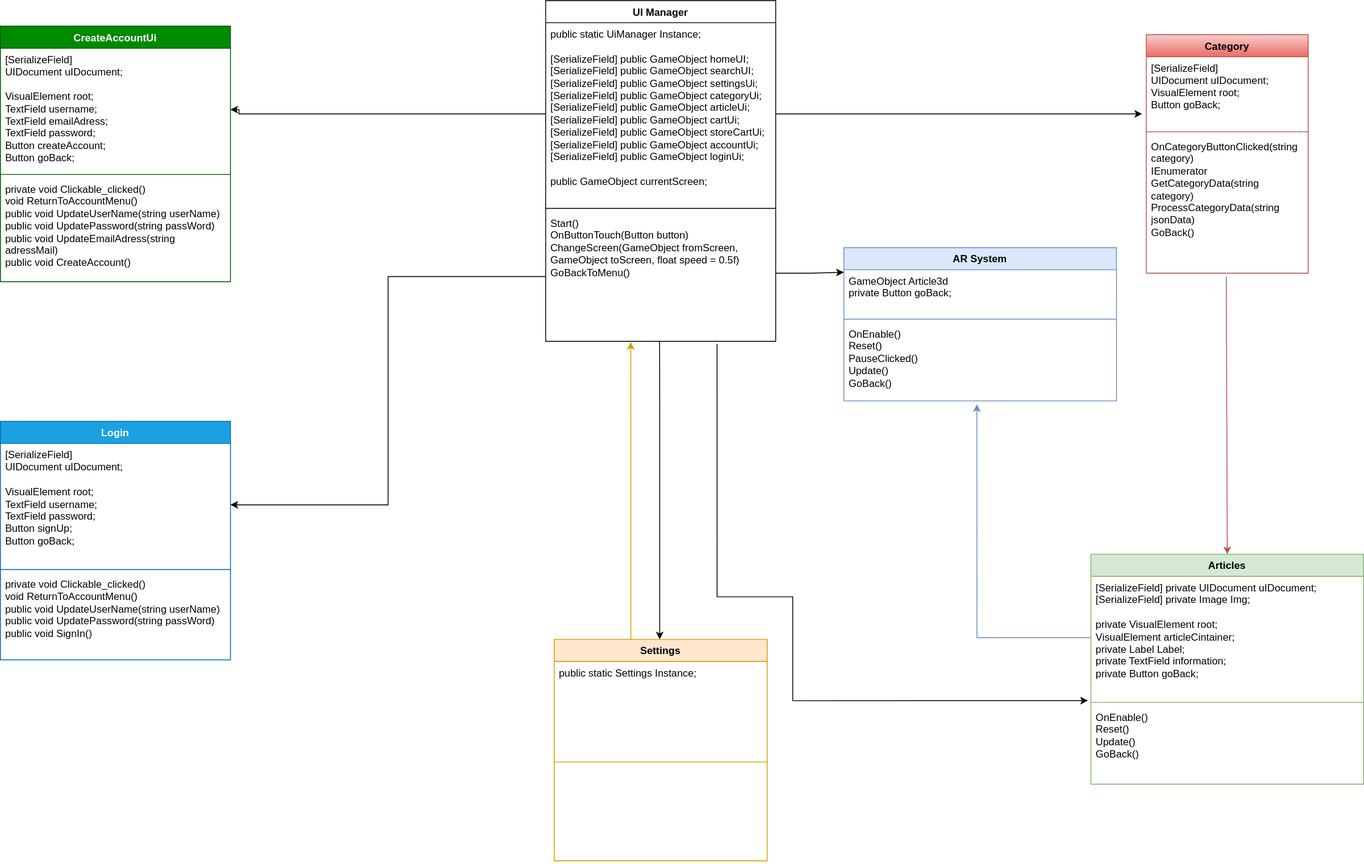
Earlier version of the draw.io export DiagrammeClass.drawio.drawio.svg (Ashura100/Projet4). Source tidied: cells renumbered, new cells last; positions are measured from the earlier drawing's top-left corner, leaving out a move shared by most shapes. Its diagram source:
```xml
<mxGraphModel>
  <root>
    <mxCell id="0" />
    <mxCell id="1" parent="0" />
    <mxCell id="2" value="UI Manager" style="swimlane;fontStyle=1;align=center;verticalAlign=top;horizontal=1;startSize=26;whiteSpace=wrap;html=1;" parent="1" vertex="1">
      <mxGeometry x="640" width="270" height="400" as="geometry" />
    </mxCell>
    <mxCell id="3" value="&lt;div&gt;public static UiManager Instance;&lt;/div&gt;&lt;div&gt;&lt;br&gt;&lt;/div&gt;&lt;div&gt;&lt;span style=&quot;background-color: initial;&quot;&gt;[SerializeField] public GameObject homeUI;&lt;/span&gt;&lt;/div&gt;&lt;div&gt;[SerializeField] public GameObject searchUI;&lt;/div&gt;&lt;div&gt;[SerializeField] public GameObject settingsUi;&lt;/div&gt;&lt;div&gt;[SerializeField] public GameObject categoryUi;&lt;/div&gt;&lt;div&gt;[SerializeField] public GameObject articleUi;&lt;/div&gt;&lt;div&gt;[SerializeField] public GameObject cartUi;&lt;/div&gt;&lt;div&gt;[SerializeField] public GameObject storeCartUi;&lt;/div&gt;&lt;div&gt;[SerializeField] public GameObject accountUi&lt;span style=&quot;background-color: initial;&quot;&gt;;&lt;/span&gt;&lt;/div&gt;&lt;div&gt;[SerializeField] public GameObject loginUi;&lt;span style=&quot;background-color: initial;&quot;&gt;&lt;br&gt;&lt;/span&gt;&lt;/div&gt;&lt;div&gt;&lt;br&gt;&lt;/div&gt;&lt;div&gt;public GameObject currentScreen;&lt;/div&gt;" style="text;strokeColor=none;fillColor=none;align=left;verticalAlign=top;spacingLeft=4;spacingRight=4;overflow=hidden;points=[[0,0.5],[1,0.5]];portConstraint=eastwest;whiteSpace=wrap;html=1;" parent="2" vertex="1">
      <mxGeometry y="26" width="270" height="214" as="geometry" />
    </mxCell>
    <mxCell id="4" style="line;strokeWidth=1;fillColor=none;align=left;verticalAlign=middle;spacingTop=-1;spacingLeft=3;spacingRight=3;labelPosition=right;strokeColor=inherit;" parent="2" vertex="1">
      <mxGeometry y="240" width="270" height="8" as="geometry" />
    </mxCell>
    <mxCell id="5" value="Start()&lt;div&gt;OnButtonTouch(Button button)&lt;br&gt;&lt;/div&gt;&lt;div&gt;ChangeScreen(GameObject fromScreen, GameObject toScreen, float speed = 0.5f)&lt;br&gt;&lt;/div&gt;&lt;div&gt;&lt;span style=&quot;background-color: initial;&quot;&gt;GoBackToMenu()&lt;/span&gt;&lt;/div&gt;" style="text;strokeColor=none;fillColor=none;align=left;verticalAlign=top;spacingLeft=4;spacingRight=4;overflow=hidden;points=[[0,0.5],[1,0.5]];portConstraint=eastwest;whiteSpace=wrap;html=1;" parent="2" vertex="1">
      <mxGeometry y="248" width="270" height="152" as="geometry" />
    </mxCell>
    <mxCell id="6" value="Settings" style="swimlane;fontStyle=1;align=center;verticalAlign=top;horizontal=1;startSize=26;whiteSpace=wrap;html=1;fillColor=#ffe6cc;strokeColor=#d79b00;" parent="1" vertex="1">
      <mxGeometry x="650" y="750" width="250" height="260" as="geometry" />
    </mxCell>
    <mxCell id="7" value="public static Settings Instance;&lt;div&gt;&lt;br&gt;&lt;/div&gt;&lt;div&gt;&lt;br&gt;&lt;/div&gt;" style="text;strokeColor=none;fillColor=none;align=left;verticalAlign=top;spacingLeft=4;spacingRight=4;overflow=hidden;whiteSpace=wrap;html=1;" parent="6" vertex="1">
      <mxGeometry y="26" width="250" height="114" as="geometry" />
    </mxCell>
    <mxCell id="8" style="line;strokeWidth=1;fillColor=none;align=left;verticalAlign=middle;spacingTop=-1;spacingLeft=3;spacingRight=3;labelPosition=right;strokeColor=inherit;" parent="6" vertex="1">
      <mxGeometry y="140" width="250" height="8" as="geometry" />
    </mxCell>
    <mxCell id="9" value="&lt;div&gt;&lt;br&gt;&lt;/div&gt;" style="text;strokeColor=none;fillColor=none;align=left;verticalAlign=top;spacingLeft=4;spacingRight=4;overflow=hidden;whiteSpace=wrap;html=1;" parent="6" vertex="1">
      <mxGeometry y="148" width="250" height="112" as="geometry" />
    </mxCell>
    <mxCell id="10" value="Category" style="swimlane;fontStyle=1;align=center;verticalAlign=top;horizontal=1;startSize=26;whiteSpace=wrap;html=1;fillColor=#f8cecc;gradientColor=#ea6b66;strokeColor=#b85450;" parent="1" vertex="1">
      <mxGeometry x="1345" y="40" width="190" height="280" as="geometry" />
    </mxCell>
    <mxCell id="11" value="&lt;div&gt;&lt;span style=&quot;background-color: initial;&quot;&gt;[SerializeField]&lt;/span&gt;&lt;br&gt;&lt;/div&gt;&lt;div&gt;UIDocument uIDocument;&lt;/div&gt;&lt;div&gt;VisualElement root;&lt;/div&gt;&lt;div&gt;Button goBack;&lt;/div&gt;" style="text;strokeColor=none;fillColor=none;align=left;verticalAlign=top;spacingLeft=4;spacingRight=4;overflow=hidden;points=[[0,0.5],[1,0.5]];portConstraint=eastwest;whiteSpace=wrap;html=1;" parent="10" vertex="1">
      <mxGeometry y="26" width="190" height="84" as="geometry" />
    </mxCell>
    <mxCell id="12" style="line;strokeWidth=1;fillColor=none;align=left;verticalAlign=middle;spacingTop=-1;spacingLeft=3;spacingRight=3;labelPosition=right;strokeColor=inherit;" parent="10" vertex="1">
      <mxGeometry y="110" width="190" height="8" as="geometry" />
    </mxCell>
    <mxCell id="13" value="OnCategoryButtonClicked(string category)&lt;div&gt;IEnumerator GetCategoryData(string category)&lt;br&gt;&lt;/div&gt;&lt;div&gt;ProcessCategoryData(string jsonData)&lt;br&gt;&lt;/div&gt;&lt;div&gt;GoBack()&lt;br&gt;&lt;/div&gt;" style="text;strokeColor=none;fillColor=none;align=left;verticalAlign=top;spacingLeft=4;spacingRight=4;overflow=hidden;points=[[0,0.5],[1,0.5]];portConstraint=eastwest;whiteSpace=wrap;html=1;" parent="10" vertex="1">
      <mxGeometry y="118" width="190" height="162" as="geometry" />
    </mxCell>
    <mxCell id="14" value="CreateAccountUi" style="swimlane;fontStyle=1;align=center;verticalAlign=top;horizontal=1;startSize=26;whiteSpace=wrap;html=1;fillColor=#008a00;strokeColor=#005700;fontColor=#ffffff;" parent="1" vertex="1">
      <mxGeometry y="30" width="270" height="300" as="geometry" />
    </mxCell>
    <mxCell id="15" value="&lt;div&gt;[SerializeField]&lt;/div&gt;&lt;div&gt;UIDocument uIDocument;&lt;/div&gt;&lt;div&gt;&lt;br&gt;&lt;/div&gt;&lt;div&gt;VisualElement root;&lt;/div&gt;&lt;div&gt;TextField username;&lt;/div&gt;&lt;div&gt;TextField emailAdress;&lt;/div&gt;&lt;div&gt;TextField password;&lt;/div&gt;&lt;div&gt;Button createAccount;&lt;/div&gt;&lt;div&gt;Button goBack;&lt;/div&gt;" style="text;strokeColor=none;fillColor=none;align=left;verticalAlign=top;spacingLeft=4;spacingRight=4;overflow=hidden;points=[[0,0.5],[1,0.5]];portConstraint=eastwest;whiteSpace=wrap;html=1;" parent="14" vertex="1">
      <mxGeometry y="26" width="270" height="144" as="geometry" />
    </mxCell>
    <mxCell id="16" style="line;strokeWidth=1;fillColor=none;align=left;verticalAlign=middle;spacingTop=-1;spacingLeft=3;spacingRight=3;labelPosition=right;strokeColor=inherit;" parent="14" vertex="1">
      <mxGeometry y="170" width="270" height="8" as="geometry" />
    </mxCell>
    <mxCell id="17" value="private void Clickable_clicked()&lt;div&gt;void ReturnToAccountMenu()&lt;br&gt;&lt;/div&gt;&lt;div&gt;public void UpdateUserName(string userName)&lt;br&gt;&lt;/div&gt;&lt;div&gt;public void UpdatePassword(string passWord)&lt;br&gt;&lt;/div&gt;&lt;div&gt;public void UpdateEmailAdress(string adressMail)&lt;br&gt;&lt;/div&gt;&lt;div&gt;public void CreateAccount()&lt;br&gt;&lt;/div&gt;" style="text;strokeColor=none;fillColor=none;align=left;verticalAlign=top;spacingLeft=4;spacingRight=4;overflow=hidden;whiteSpace=wrap;html=1;" parent="14" vertex="1">
      <mxGeometry y="178" width="270" height="122" as="geometry" />
    </mxCell>
    <mxCell id="18" value="Login" style="swimlane;fontStyle=1;align=center;verticalAlign=top;horizontal=1;startSize=26;whiteSpace=wrap;html=1;fillColor=#1ba1e2;strokeColor=#006EAF;fontColor=#ffffff;" parent="1" vertex="1">
      <mxGeometry y="494" width="270" height="280" as="geometry" />
    </mxCell>
    <mxCell id="19" value="&lt;div&gt;[SerializeField]&lt;/div&gt;&lt;div&gt;UIDocument uIDocument;&lt;/div&gt;&lt;div&gt;&lt;br&gt;&lt;/div&gt;&lt;div&gt;VisualElement root;&lt;/div&gt;&lt;div&gt;TextField username;&lt;/div&gt;&lt;div&gt;TextField password;&lt;/div&gt;&lt;div&gt;Button signUp;&lt;/div&gt;&lt;div&gt;Button goBack;&lt;/div&gt;" style="text;strokeColor=none;fillColor=none;align=left;verticalAlign=top;spacingLeft=4;spacingRight=4;overflow=hidden;points=[[0,0.5],[1,0.5]];portConstraint=eastwest;whiteSpace=wrap;html=1;" parent="18" vertex="1">
      <mxGeometry y="26" width="270" height="144" as="geometry" />
    </mxCell>
    <mxCell id="20" style="line;strokeWidth=1;fillColor=none;align=left;verticalAlign=middle;spacingTop=-1;spacingLeft=3;spacingRight=3;labelPosition=right;strokeColor=inherit;" parent="18" vertex="1">
      <mxGeometry y="170" width="270" height="8" as="geometry" />
    </mxCell>
    <mxCell id="21" value="private void Clickable_clicked()&lt;br&gt;&lt;div&gt;void ReturnToAccountMenu()&lt;br&gt;&lt;/div&gt;&lt;div&gt;public void UpdateUserName(string userName)&lt;br&gt;&lt;/div&gt;&lt;div&gt;public void UpdatePassword(string passWord)&lt;br&gt;&lt;/div&gt;&lt;div&gt;public void SignIn()&lt;br&gt;&lt;/div&gt;" style="text;strokeColor=none;fillColor=none;align=left;verticalAlign=top;spacingLeft=4;spacingRight=4;overflow=hidden;whiteSpace=wrap;html=1;" parent="18" vertex="1">
      <mxGeometry y="178" width="270" height="102" as="geometry" />
    </mxCell>
    <mxCell id="22" value="Articles" style="swimlane;fontStyle=1;align=center;verticalAlign=top;horizontal=1;startSize=26;whiteSpace=wrap;html=1;fillColor=#d5e8d4;strokeColor=#82b366;" parent="1" vertex="1">
      <mxGeometry x="1280" y="650" width="320" height="270" as="geometry" />
    </mxCell>
    <mxCell id="23" value="&lt;div&gt;&lt;span style=&quot;background-color: initial;&quot;&gt;[SerializeField] private UIDocument uIDocument;&lt;/span&gt;&lt;br&gt;&lt;/div&gt;&lt;div&gt;[SerializeField] private Image Img;&lt;/div&gt;&lt;div&gt;&lt;br&gt;&lt;/div&gt;&lt;div&gt;private VisualElement root;&lt;/div&gt;&lt;div&gt;VisualElement articleCintainer;&lt;/div&gt;&lt;div&gt;private Label Label;&lt;/div&gt;&lt;div&gt;private TextField information;&lt;/div&gt;&lt;div&gt;private Button goBack;&lt;/div&gt;" style="text;strokeColor=none;fillColor=none;align=left;verticalAlign=top;spacingLeft=4;spacingRight=4;overflow=hidden;points=[[0,0.5],[1,0.5]];portConstraint=eastwest;whiteSpace=wrap;html=1;" parent="22" vertex="1">
      <mxGeometry y="26" width="320" height="144" as="geometry" />
    </mxCell>
    <mxCell id="24" style="line;strokeWidth=1;fillColor=none;align=left;verticalAlign=middle;spacingTop=-1;spacingLeft=3;spacingRight=3;labelPosition=right;strokeColor=inherit;" parent="22" vertex="1">
      <mxGeometry y="170" width="320" height="8" as="geometry" />
    </mxCell>
    <mxCell id="25" value="OnEnable()&lt;div&gt;Reset()&lt;/div&gt;&lt;div&gt;Update()&lt;/div&gt;&lt;div&gt;GoBack()&lt;/div&gt;" style="text;strokeColor=none;fillColor=none;align=left;verticalAlign=top;spacingLeft=4;spacingRight=4;overflow=hidden;whiteSpace=wrap;html=1;" parent="22" vertex="1">
      <mxGeometry y="178" width="320" height="92" as="geometry" />
    </mxCell>
    <mxCell id="26" value="AR System" style="swimlane;fontStyle=1;align=center;verticalAlign=top;horizontal=1;startSize=26;whiteSpace=wrap;html=1;fillColor=#dae8fc;strokeColor=#6c8ebf;" parent="1" vertex="1">
      <mxGeometry x="990" y="290" width="320" height="180" as="geometry" />
    </mxCell>
    <mxCell id="27" value="&lt;div&gt;GameObject Article3d&lt;/div&gt;&lt;div&gt;private Button goBack;&lt;/div&gt;" style="text;strokeColor=none;fillColor=none;align=left;verticalAlign=top;spacingLeft=4;spacingRight=4;overflow=hidden;points=[[0,0.5],[1,0.5]];portConstraint=eastwest;whiteSpace=wrap;html=1;" parent="26" vertex="1">
      <mxGeometry y="26" width="320" height="54" as="geometry" />
    </mxCell>
    <mxCell id="28" style="line;strokeWidth=1;fillColor=none;align=left;verticalAlign=middle;spacingTop=-1;spacingLeft=3;spacingRight=3;labelPosition=right;strokeColor=inherit;" parent="26" vertex="1">
      <mxGeometry y="80" width="320" height="8" as="geometry" />
    </mxCell>
    <mxCell id="29" value="OnEnable()&lt;div&gt;Reset()&lt;br&gt;&lt;/div&gt;&lt;div&gt;PauseClicked()&lt;br&gt;&lt;/div&gt;&lt;div&gt;Update()&lt;/div&gt;&lt;div&gt;GoBack()&lt;/div&gt;" style="text;strokeColor=none;fillColor=none;align=left;verticalAlign=top;spacingLeft=4;spacingRight=4;overflow=hidden;points=[[0,0.5],[1,0.5]];portConstraint=eastwest;whiteSpace=wrap;html=1;" parent="26" vertex="1">
      <mxGeometry y="88" width="320" height="92" as="geometry" />
    </mxCell>
    <mxCell id="30" style="edgeStyle=orthogonalEdgeStyle;rounded=0;jettySize=auto;html=1;entryX=-0.026;entryY=0.798;entryDx=0;entryDy=0;entryPerimeter=0;" parent="1" edge="1" source="3" target="11">
      <mxGeometry relative="1" as="geometry" />
    </mxCell>
    <mxCell id="31" style="edgeStyle=orthogonalEdgeStyle;rounded=0;jettySize=auto;html=1;entryX=1;entryY=0.5;entryDx=0;entryDy=0;" parent="1" edge="1" source="5" target="19">
      <mxGeometry relative="1" as="geometry" />
    </mxCell>
    <mxCell id="32" style="edgeStyle=orthogonalEdgeStyle;rounded=0;jettySize=auto;html=1;entryX=0;entryY=0.056;entryDx=0;entryDy=0;entryPerimeter=0;" parent="1" edge="1" source="5" target="27">
      <mxGeometry relative="1" as="geometry">
        <Array as="points">
          <mxPoint x="950" y="320" />
          <mxPoint x="950" y="319" />
        </Array>
      </mxGeometry>
    </mxCell>
    <mxCell id="33" style="edgeStyle=orthogonalEdgeStyle;rounded=0;jettySize=auto;html=1;exitX=0.495;exitY=0.999;exitDx=0;exitDy=0;exitPerimeter=0;" parent="1" edge="1" source="5" target="6">
      <mxGeometry relative="1" as="geometry">
        <Array as="points">
          <mxPoint x="774" y="480" />
          <mxPoint x="775" y="480" />
        </Array>
      </mxGeometry>
    </mxCell>
    <mxCell id="34" style="edgeStyle=orthogonalEdgeStyle;rounded=0;jettySize=auto;html=1;entryX=-0.011;entryY=1.013;entryDx=0;entryDy=0;entryPerimeter=0;exitX=0.745;exitY=1.019;exitDx=0;exitDy=0;exitPerimeter=0;" parent="1" edge="1" source="5" target="23">
      <mxGeometry relative="1" as="geometry">
        <Array as="points">
          <mxPoint x="841" y="700" />
          <mxPoint x="930" y="700" />
          <mxPoint x="930" y="822" />
        </Array>
      </mxGeometry>
    </mxCell>
    <mxCell id="35" style="edgeStyle=orthogonalEdgeStyle;rounded=0;jettySize=auto;html=1;entryX=0.5;entryY=0;entryDx=0;entryDy=0;exitX=0.494;exitY=1.025;exitDx=0;exitDy=0;exitPerimeter=0;fillColor=#f8cecc;strokeColor=#b85450;" parent="1" edge="1" source="13" target="22">
      <mxGeometry relative="1" as="geometry">
        <Array as="points">
          <mxPoint x="1440" y="324" />
        </Array>
      </mxGeometry>
    </mxCell>
    <mxCell id="36" style="edgeStyle=orthogonalEdgeStyle;rounded=0;jettySize=auto;html=1;entryX=0.37;entryY=1.006;entryDx=0;entryDy=0;entryPerimeter=0;exitX=0.36;exitY=0;exitDx=0;exitDy=0;exitPerimeter=0;fillColor=#ffe6cc;strokeColor=#d79b00;" parent="1" edge="1" source="6" target="5">
      <mxGeometry relative="1" as="geometry" />
    </mxCell>
    <mxCell id="37" style="edgeStyle=orthogonalEdgeStyle;rounded=0;jettySize=auto;html=1;entryX=0.488;entryY=1.043;entryDx=0;entryDy=0;entryPerimeter=0;fillColor=#dae8fc;strokeColor=#6c8ebf;" parent="1" edge="1" source="23" target="29">
      <mxGeometry relative="1" as="geometry">
        <Array as="points">
          <mxPoint x="1146" y="748" />
        </Array>
      </mxGeometry>
    </mxCell>
    <mxCell id="38" style="edgeStyle=orthogonalEdgeStyle;rounded=0;jettySize=auto;html=1;entryX=1;entryY=0.5;entryDx=0;entryDy=0;" parent="1" edge="1" source="3" target="15">
      <mxGeometry relative="1" as="geometry">
        <Array as="points">
          <mxPoint x="280" y="133" />
          <mxPoint x="280" y="128" />
        </Array>
      </mxGeometry>
    </mxCell>
  </root>
</mxGraphModel>
```
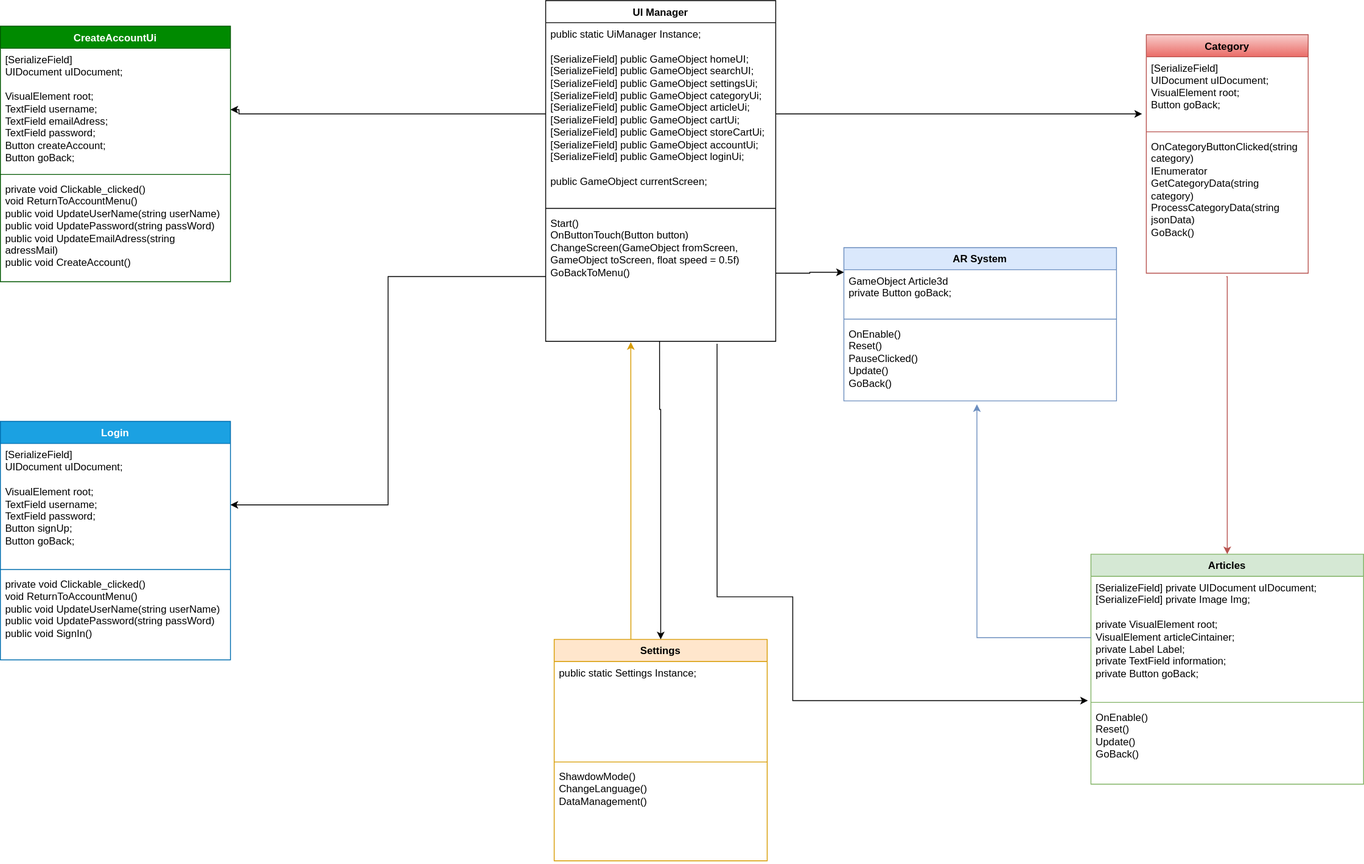
The same diagram one commit later.

Commit message:
Mettre à jour DiagrammeClass.drawio.drawio.svg

The edit, as a diff of the source:
```diff
@@ -23,7 +23,7 @@
     <mxCell id="8" style="line;strokeWidth=1;fillColor=none;align=left;verticalAlign=middle;spacingTop=-1;spacingLeft=3;spacingRight=3;labelPosition=right;strokeColor=inherit;" parent="6" vertex="1">
       <mxGeometry y="140" width="250" height="8" as="geometry" />
     </mxCell>
-    <mxCell id="9" value="&lt;div&gt;&lt;br&gt;&lt;/div&gt;" style="text;strokeColor=none;fillColor=none;align=left;verticalAlign=top;spacingLeft=4;spacingRight=4;overflow=hidden;whiteSpace=wrap;html=1;" parent="6" vertex="1">
+    <mxCell id="9" value="&lt;div&gt;ShawdowMode()&lt;/div&gt;&lt;div&gt;ChangeLanguage()&lt;/div&gt;&lt;div&gt;DataManagement()&lt;/div&gt;" style="text;strokeColor=none;fillColor=none;align=left;verticalAlign=top;spacingLeft=4;spacingRight=4;overflow=hidden;whiteSpace=wrap;html=1;" parent="6" vertex="1">
       <mxGeometry y="148" width="250" height="112" as="geometry" />
     </mxCell>
     <mxCell id="10" value="Category" style="swimlane;fontStyle=1;align=center;verticalAlign=top;horizontal=1;startSize=26;whiteSpace=wrap;html=1;fillColor=#f8cecc;gradientColor=#ea6b66;strokeColor=#b85450;" parent="1" vertex="1">
```
